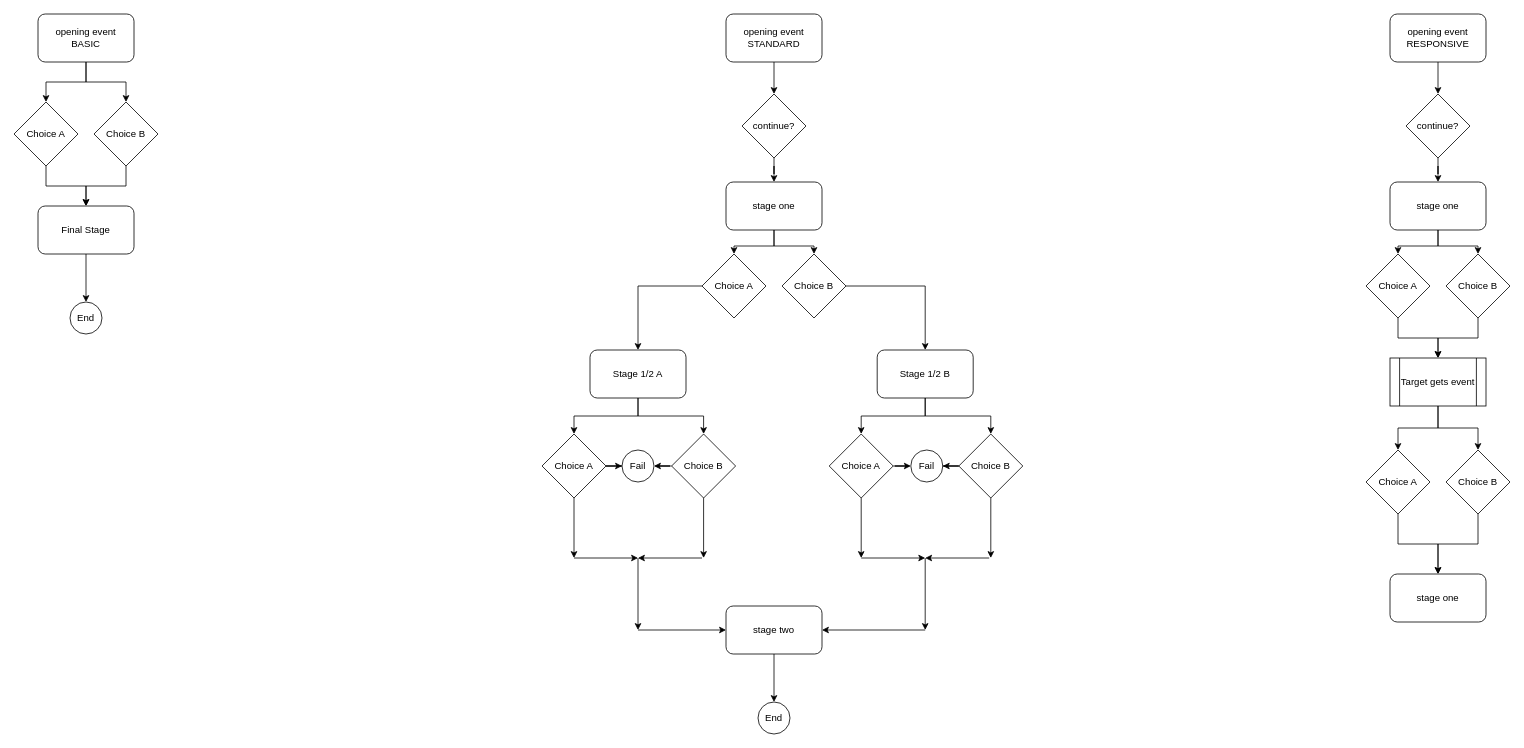
Above: eventTemplate.drawio in OwenM-Edwards/Propaganda---Espionage---dev (draw.io), before the change. Source tidied: cells renumbered, new cells numbered last; positions are measured from the earlier drawing's top-left corner, leaving out a move shared by most shapes. Both pictures are drawn from the tidied source at 80%, with x=0, y=0 at pixel (14, 14).
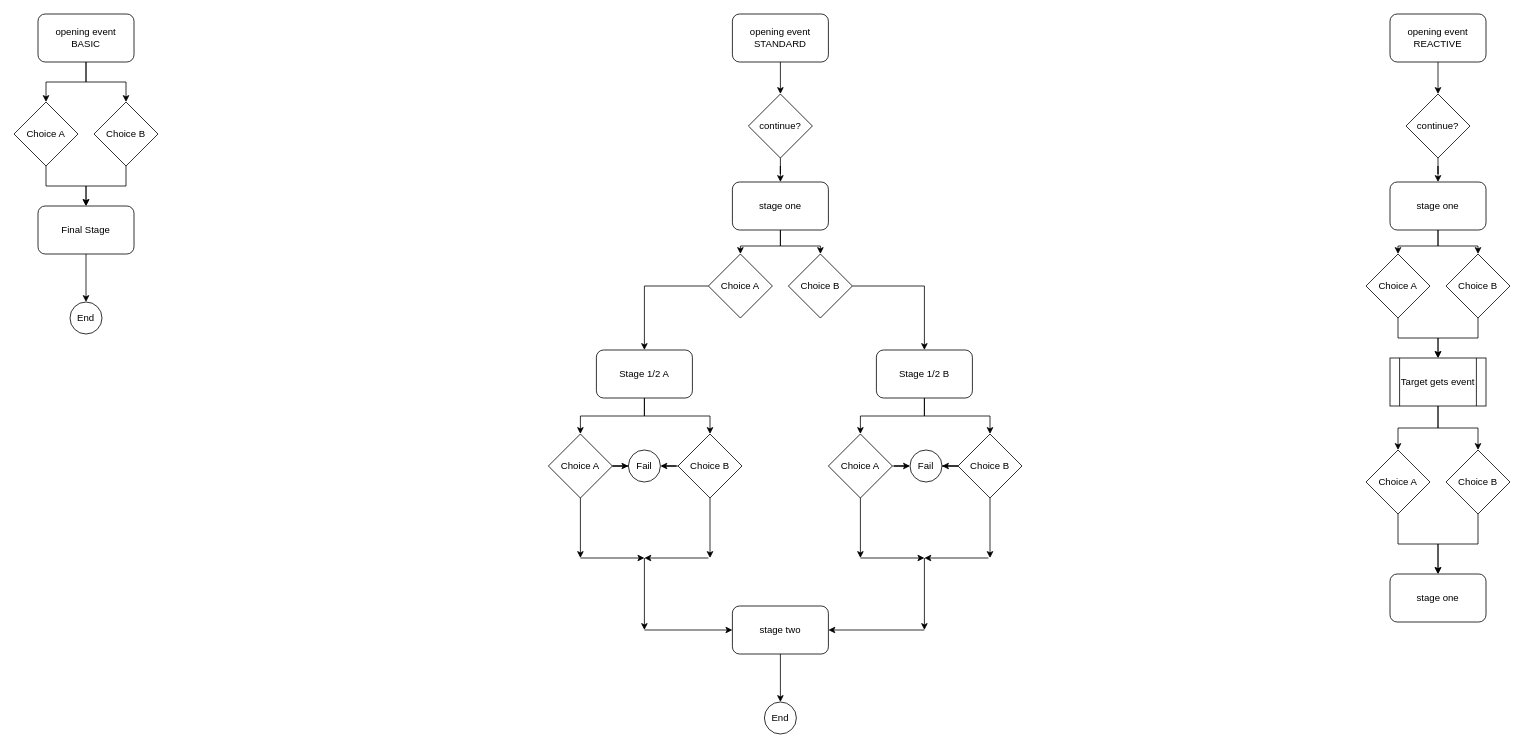
The same diagram, later.

Commit message (it also covers changes not shown here):
Event templates exapnded.

The edit, as a diff of the source:
```diff
@@
     <mxCell id="3" value="opening event&lt;br&gt;STANDARD" style="rounded=1;whiteSpace=wrap;html=1;" parent="1" vertex="1">
-      <mxGeometry x="890" width="120" height="60" as="geometry" />
+      <mxGeometry x="898" width="120" height="60" as="geometry" />
     </mxCell>
@@
     <mxCell id="6" value="stage one" style="rounded=1;whiteSpace=wrap;html=1;" parent="1" vertex="1">
-      <mxGeometry x="890" y="210" width="120" height="60" as="geometry" />
+      <mxGeometry x="898" y="210" width="120" height="60" as="geometry" />
     </mxCell>
     <mxCell id="7" value="stage two" style="rounded=1;whiteSpace=wrap;html=1;" parent="1" vertex="1">
-      <mxGeometry x="890" y="740" width="120" height="60" as="geometry" />
+      <mxGeometry x="898" y="740" width="120" height="60" as="geometry" />
     </mxCell>
@@
     <mxCell id="10" value="continue?" style="rhombus;whiteSpace=wrap;html=1;" parent="1" vertex="1">
-      <mxGeometry x="910" y="100" width="80" height="80" as="geometry" />
+      <mxGeometry x="918" y="100" width="80" height="80" as="geometry" />
     </mxCell>
@@
     <mxCell id="12" value="Choice A" style="rhombus;whiteSpace=wrap;html=1;" parent="1" vertex="1">
-      <mxGeometry x="860" y="300" width="80" height="80" as="geometry" />
+      <mxGeometry x="868" y="300" width="80" height="80" as="geometry" />
     </mxCell>
@@
     <mxCell id="14" value="Choice B" style="rhombus;whiteSpace=wrap;html=1;" parent="1" vertex="1">
-      <mxGeometry x="960" y="300" width="80" height="80" as="geometry" />
+      <mxGeometry x="968" y="300" width="80" height="80" as="geometry" />
     </mxCell>
@@
     <mxCell id="17" value="Stage 1/2 A" style="rounded=1;whiteSpace=wrap;html=1;" parent="1" vertex="1">
-      <mxGeometry x="720" y="420" width="120" height="60" as="geometry" />
+      <mxGeometry x="728" y="420" width="120" height="60" as="geometry" />
     </mxCell>
@@
     <mxCell id="19" style="edgeStyle=orthogonalEdgeStyle;rounded=0;jettySize=auto;html=1;" parent="1" edge="1" source="20">
       <mxGeometry relative="1" as="geometry">
-        <mxPoint x="700" y="680" as="targetPoint" />
+        <mxPoint x="708" y="680" as="targetPoint" />
       </mxGeometry>
     </mxCell>
     <mxCell id="20" value="Choice A" style="rhombus;whiteSpace=wrap;html=1;" parent="1" vertex="1">
-      <mxGeometry x="660" y="525" width="80" height="80" as="geometry" />
+      <mxGeometry x="668" y="525" width="80" height="80" as="geometry" />
     </mxCell>
     <mxCell id="21" value="Fail" style="ellipse;whiteSpace=wrap;html=1;" parent="1" vertex="1">
-      <mxGeometry x="760" y="545" width="40" height="40" as="geometry" />
+      <mxGeometry x="768" y="545" width="40" height="40" as="geometry" />
     </mxCell>
@@
-    <mxCell id="23" value="opening event&lt;br&gt;RESPONSIVE" style="rounded=1;whiteSpace=wrap;html=1;" parent="1" vertex="1">
+    <mxCell id="23" value="opening event&lt;br&gt;REACTIVE" style="rounded=1;whiteSpace=wrap;html=1;" parent="1" vertex="1">
       <mxGeometry x="1720" width="120" height="60" as="geometry" />
     </mxCell>
@@
     <mxCell id="45" value="End" style="ellipse;whiteSpace=wrap;html=1;" parent="1" vertex="1">
-      <mxGeometry x="930" y="860" width="40" height="40" as="geometry" />
+      <mxGeometry x="938" y="860" width="40" height="40" as="geometry" />
     </mxCell>
@@
     <mxCell id="53" style="edgeStyle=orthogonalEdgeStyle;rounded=0;jettySize=auto;html=1;" parent="1" edge="1" source="54">
       <mxGeometry relative="1" as="geometry">
-        <mxPoint x="862" y="680" as="targetPoint" />
+        <mxPoint x="870" y="680" as="targetPoint" />
       </mxGeometry>
     </mxCell>
     <mxCell id="54" value="Choice B" style="rhombus;whiteSpace=wrap;html=1;" parent="1" vertex="1">
-      <mxGeometry x="822" y="525" width="80" height="80" as="geometry" />
+      <mxGeometry x="830" y="525" width="80" height="80" as="geometry" />
     </mxCell>
     <mxCell id="55" style="endArrow=classic;html=1;" parent="1" edge="1">
       <mxGeometry relative="1" as="geometry">
-        <mxPoint x="700" y="680" as="sourcePoint" />
-        <mxPoint x="780" y="680" as="targetPoint" />
+        <mxPoint x="708" y="680" as="sourcePoint" />
+        <mxPoint x="788" y="680" as="targetPoint" />
       </mxGeometry>
     </mxCell>
     <mxCell id="56" style="endArrow=classic;html=1;" parent="1" edge="1">
       <mxGeometry relative="1" as="geometry">
-        <mxPoint x="860" y="680" as="sourcePoint" />
-        <mxPoint x="780" y="680" as="targetPoint" />
+        <mxPoint x="868" y="680" as="sourcePoint" />
+        <mxPoint x="788" y="680" as="targetPoint" />
       </mxGeometry>
     </mxCell>
     <mxCell id="57" style="endArrow=classic;html=1;" parent="1" edge="1">
       <mxGeometry relative="1" as="geometry">
-        <mxPoint x="780" y="680" as="sourcePoint" />
-        <mxPoint x="780" y="770" as="targetPoint" />
+        <mxPoint x="788" y="680" as="sourcePoint" />
+        <mxPoint x="788" y="770" as="targetPoint" />
       </mxGeometry>
     </mxCell>
     <mxCell id="58" style="endArrow=classic;html=1;entryX=0;entryY=0.5;entryDx=0;entryDy=0;" parent="1" edge="1" target="7">
       <mxGeometry relative="1" as="geometry">
-        <mxPoint x="780" y="770" as="sourcePoint" />
+        <mxPoint x="788" y="770" as="sourcePoint" />
       </mxGeometry>
     </mxCell>
@@
     <mxCell id="61" value="Stage 1/2 B" style="rounded=1;whiteSpace=wrap;html=1;" parent="1" vertex="1">
-      <mxGeometry x="1079" y="420" width="120" height="60" as="geometry" />
+      <mxGeometry x="1078" y="420" width="120" height="60" as="geometry" />
     </mxCell>
@@
     <mxCell id="63" style="edgeStyle=orthogonalEdgeStyle;rounded=0;jettySize=auto;html=1;" parent="1" edge="1" source="64">
       <mxGeometry relative="1" as="geometry">
-        <mxPoint x="1059" y="680" as="targetPoint" />
+        <mxPoint x="1058" y="680" as="targetPoint" />
       </mxGeometry>
     </mxCell>
     <mxCell id="64" value="Choice A" style="rhombus;whiteSpace=wrap;html=1;" parent="1" vertex="1">
-      <mxGeometry x="1019" y="525" width="80" height="80" as="geometry" />
+      <mxGeometry x="1018" y="525" width="80" height="80" as="geometry" />
     </mxCell>
     <mxCell id="65" value="Fail" style="ellipse;whiteSpace=wrap;html=1;" parent="1" vertex="1">
-      <mxGeometry x="1121" y="545" width="40" height="40" as="geometry" />
+      <mxGeometry x="1120" y="545" width="40" height="40" as="geometry" />
     </mxCell>
@@
     <mxCell id="67" style="edgeStyle=orthogonalEdgeStyle;rounded=0;jettySize=auto;html=1;" parent="1" edge="1" source="68">
       <mxGeometry relative="1" as="geometry">
-        <mxPoint x="1221" y="680" as="targetPoint" />
+        <mxPoint x="1220" y="680" as="targetPoint" />
       </mxGeometry>
     </mxCell>
     <mxCell id="68" value="Choice B" style="rhombus;whiteSpace=wrap;html=1;" parent="1" vertex="1">
-      <mxGeometry x="1181" y="525" width="80" height="80" as="geometry" />
+      <mxGeometry x="1180" y="525" width="80" height="80" as="geometry" />
     </mxCell>
     <mxCell id="69" style="endArrow=classic;html=1;" parent="1" edge="1">
       <mxGeometry relative="1" as="geometry">
-        <mxPoint x="1059" y="680" as="sourcePoint" />
-        <mxPoint x="1139" y="680" as="targetPoint" />
+        <mxPoint x="1058" y="680" as="sourcePoint" />
+        <mxPoint x="1138" y="680" as="targetPoint" />
       </mxGeometry>
     </mxCell>
     <mxCell id="70" style="endArrow=classic;html=1;" parent="1" edge="1">
       <mxGeometry relative="1" as="geometry">
-        <mxPoint x="1219" y="680" as="sourcePoint" />
-        <mxPoint x="1139" y="680" as="targetPoint" />
+        <mxPoint x="1218" y="680" as="sourcePoint" />
+        <mxPoint x="1138" y="680" as="targetPoint" />
       </mxGeometry>
     </mxCell>
     <mxCell id="71" style="endArrow=classic;html=1;" parent="1" edge="1">
       <mxGeometry relative="1" as="geometry">
-        <mxPoint x="1139" y="680" as="sourcePoint" />
-        <mxPoint x="1139" y="770" as="targetPoint" />
+        <mxPoint x="1138" y="680" as="sourcePoint" />
+        <mxPoint x="1138" y="770" as="targetPoint" />
       </mxGeometry>
     </mxCell>
     <mxCell id="72" style="endArrow=classic;html=1;entryX=1;entryY=0.5;entryDx=0;entryDy=0;" parent="1" edge="1" target="7">
       <mxGeometry relative="1" as="geometry">
-        <mxPoint x="1139" y="770" as="sourcePoint" />
+        <mxPoint x="1138" y="770" as="sourcePoint" />
       </mxGeometry>
     </mxCell>
```
